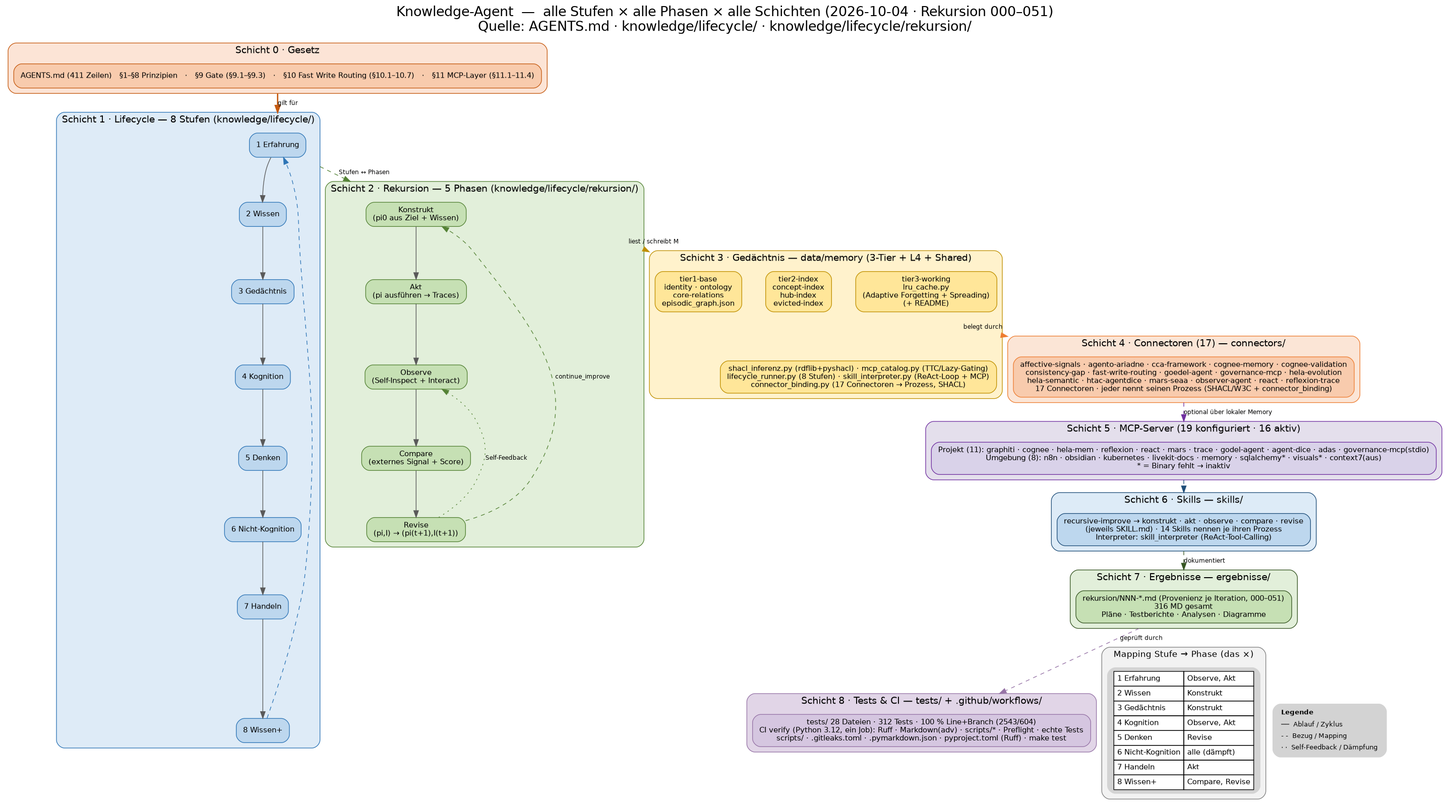
Above: ergebnisse/knowledge-agent-diagramm.png in abatn/Ata3lm (Graphviz), before the change. Its source is kept beside it as ergebnisse/knowledge-agent-diagramm.dot.
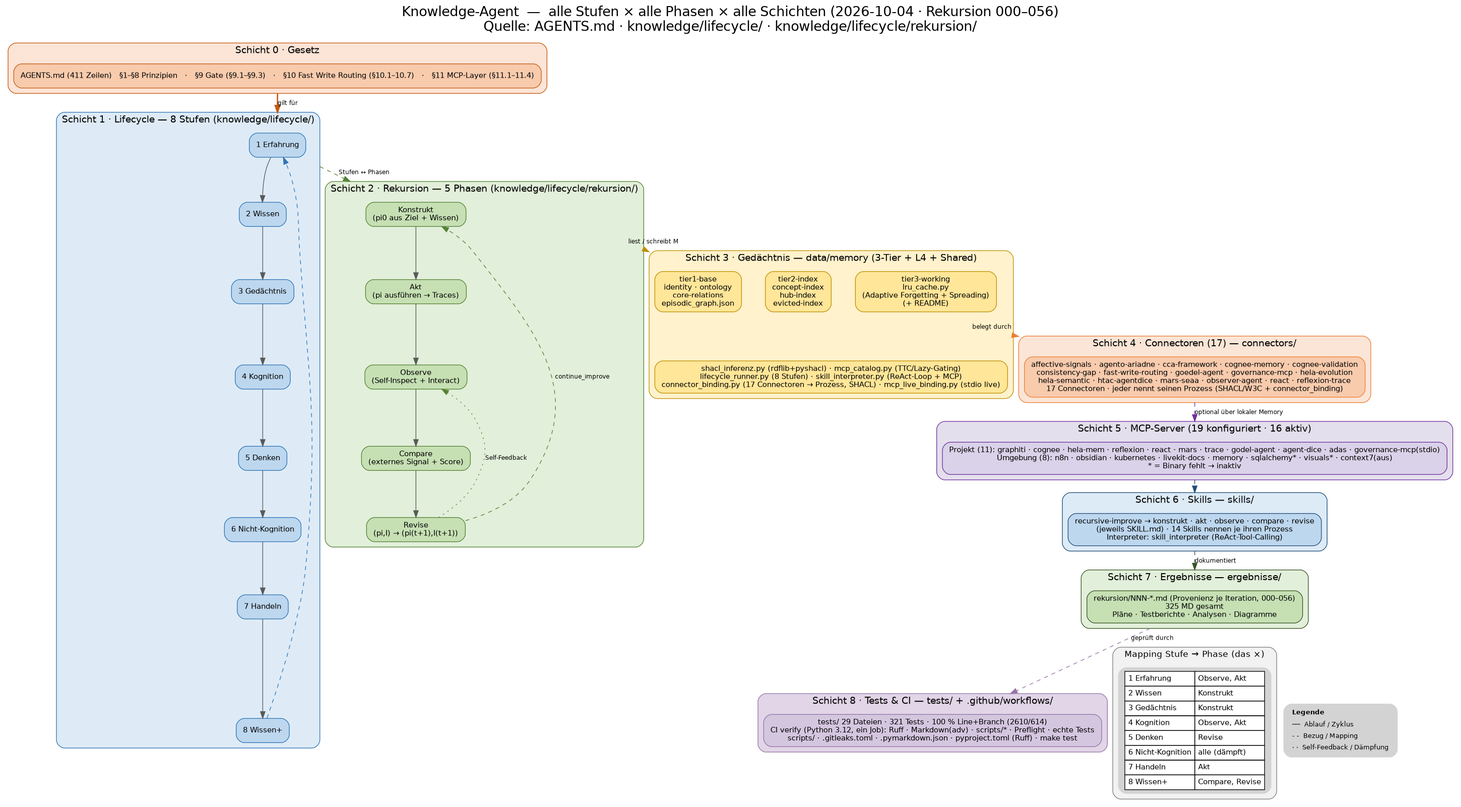
Later version of the same file.

What changed in the source:
```diff
@@ -5,7 +5,7 @@
   fontname="DejaVu Sans";
   labelloc="t";
   fontsize=20;
-  label="Knowledge-Agent  —  alle Stufen × alle Phasen × alle Schichten (2026-10-04 · Rekursion 000–051)\nQuelle: AGENTS.md · knowledge/lifecycle/ · knowledge/lifecycle/rekursion/";
+  label="Knowledge-Agent  —  alle Stufen × alle Phasen × alle Schichten (2026-10-04 · Rekursion 000–056)\nQuelle: AGENTS.md · knowledge/lifecycle/ · knowledge/lifecycle/rekursion/";
   node [shape=box, style="rounded,filled", fontname="DejaVu Sans", fontsize=11, margin="0.14,0.09"];
   edge [fontname="DejaVu Sans", fontsize=9, color="#595959"];
 
@@ -50,7 +50,7 @@
     m1 [label="tier1-base\nidentity · ontology\ncore-relations\nepisodic_graph.json", fillcolor="#FFE699", color="#BF8F00"];
     m2 [label="tier2-index\nconcept-index\nhub-index\nevicted-index", fillcolor="#FFE699", color="#BF8F00"];
     m3 [label="tier3-working\nlru_cache.py\n(Adaptive Forgetting + Spreading)\n(+ README)", fillcolor="#FFE699", color="#BF8F00"];
-    mx [label="shacl_inferenz.py (rdflib+pyshacl) · mcp_catalog.py (TTC/Lazy-Gating)\nlifecycle_runner.py (8 Stufen) · skill_interpreter.py (ReAct-Loop + MCP)\nconnector_binding.py (17 Connectoren → Prozess, SHACL)", fillcolor="#FFE699", color="#BF8F00"];
+    mx [label="shacl_inferenz.py (rdflib+pyshacl) · mcp_catalog.py (TTC/Lazy-Gating)\nlifecycle_runner.py (8 Stufen) · skill_interpreter.py (ReAct-Loop + MCP)\nconnector_binding.py (17 Connectoren → Prozess, SHACL) · mcp_live_binding.py (stdio live)", fillcolor="#FFE699", color="#BF8F00"];
     m1 -> m2 -> m3 [style=invis];
     m3 -> mx [style=invis];
   }
@@ -76,13 +76,13 @@
   subgraph cluster_res {
     label="Schicht 7 · Ergebnisse — ergebnisse/";
     style="filled,rounded"; fillcolor="#E2EFDA"; color="#375623"; fontsize=14;
-    res [label="rekursion/NNN-*.md (Provenienz je Iteration, 000–051)\n316 MD gesamt\nPläne · Testberichte · Analysen · Diagramme", fillcolor="#C6E0B4", color="#375623"];
+    res [label="rekursion/NNN-*.md (Provenienz je Iteration, 000–056)\n325 MD gesamt\nPläne · Testberichte · Analysen · Diagramme", fillcolor="#C6E0B4", color="#375623"];
   }
 
   subgraph cluster_tests {
     label="Schicht 8 · Tests & CI — tests/ + .github/workflows/";
     style="filled,rounded"; fillcolor="#E1D5E7"; color="#9673A6"; fontsize=14;
-    tst [label="tests/ 28 Dateien · 312 Tests · 100 % Line+Branch (2543/604)\nCI verify (Python 3.12, ein Job): Ruff · Markdown(adv) · scripts/* · Preflight · echte Tests\nscripts/ · .gitleaks.toml · .pymarkdown.json · pyproject.toml (Ruff) · make test", fillcolor="#D5C6E0", color="#9673A6"];
+    tst [label="tests/ 29 Dateien · 321 Tests · 100 % Line+Branch (2610/614)\nCI verify (Python 3.12, ein Job): Ruff · Markdown(adv) · scripts/* · Preflight · echte Tests\nscripts/ · .gitleaks.toml · .pymarkdown.json · pyproject.toml (Ruff) · make test", fillcolor="#D5C6E0", color="#9673A6"];
   }
 
   law -> s1 [ltail=cluster_law, lhead=cluster_stufen, style=bold, color="#C55A11", label="gilt für"];
```
